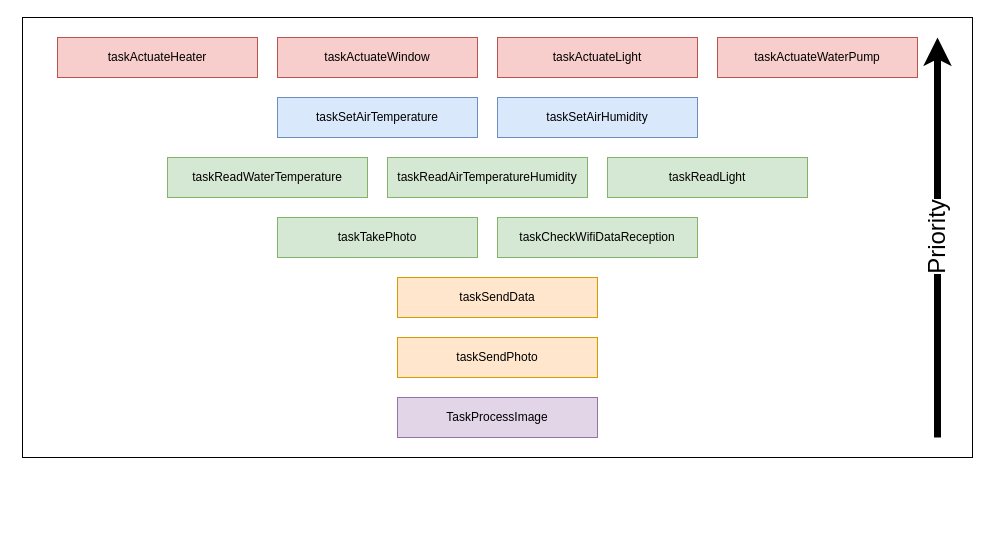
The draw.io diagram Diagrams/taskpriority.drawio in rafaelandrepedro/embebidos2122, before the edit. Source tidied: cells renumbered, new cells numbered last; positions are measured from the earlier drawing's top-left corner, leaving out a move shared by most shapes. Both pictures are drawn from the tidied source at 100%, with x=0, y=0 at pixel (22, 17).
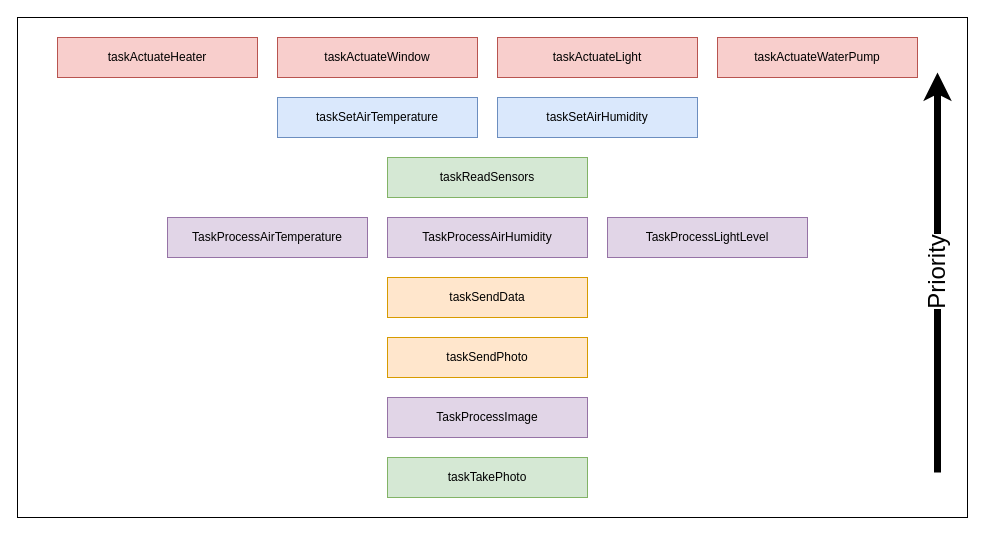
The same page after the edit.

The edit, as a diff of the source:
```diff
@@
 <mxGraphModel>
   <root>
     <mxCell id="0" />
     <mxCell id="1" parent="0" />
-    <mxCell id="2" value="taskReadAirTemperatureHumidity" style="rounded=0;whiteSpace=wrap;html=1;fillColor=#d5e8d4;strokeColor=#82b366;" parent="1" vertex="1">
-      <mxGeometry x="365" y="140" width="200" height="40" as="geometry" />
-    </mxCell>
-    <mxCell id="3" value="taskReadWaterTemperature" style="rounded=0;whiteSpace=wrap;html=1;fillColor=#d5e8d4;strokeColor=#82b366;" parent="1" vertex="1">
-      <mxGeometry x="145" y="140" width="200" height="40" as="geometry" />
+    <mxCell id="3" value="taskReadSensors" style="rounded=0;whiteSpace=wrap;html=1;fillColor=#d5e8d4;strokeColor=#82b366;" parent="1" vertex="1">
+      <mxGeometry x="365" y="140" width="200" height="40" as="geometry" />
     </mxCell>
-    <mxCell id="4" value="taskReadLight" style="rounded=0;whiteSpace=wrap;html=1;fillColor=#d5e8d4;strokeColor=#82b366;" parent="1" vertex="1">
-      <mxGeometry x="585" y="140" width="200" height="40" as="geometry" />
-    </mxCell>
-    <mxCell id="5" value="taskTakePhoto" style="rounded=0;whiteSpace=wrap;html=1;fillColor=#d5e8d4;strokeColor=#82b366;" parent="1" vertex="1">
-      <mxGeometry x="255" y="200" width="200" height="40" as="geometry" />
-    </mxCell>
     <mxCell id="6" value="TaskProcessImage" style="rounded=0;whiteSpace=wrap;html=1;fillColor=#e1d5e7;strokeColor=#9673a6;" parent="1" vertex="1">
-      <mxGeometry x="375" y="380" width="200" height="40" as="geometry" />
+      <mxGeometry x="365" y="380" width="200" height="40" as="geometry" />
     </mxCell>
     <mxCell id="7" value="taskActuateHeater" style="rounded=0;whiteSpace=wrap;html=1;fillColor=#f8cecc;strokeColor=#b85450;" parent="1" vertex="1">
       <mxGeometry x="35" y="20" width="200" height="40" as="geometry" />
     </mxCell>
     <mxCell id="8" value="taskActuateWindow" style="rounded=0;whiteSpace=wrap;html=1;fillColor=#f8cecc;strokeColor=#b85450;" parent="1" vertex="1">
       <mxGeometry x="255" y="20" width="200" height="40" as="geometry" />
     </mxCell>
     <mxCell id="9" value="taskSendData" style="rounded=0;whiteSpace=wrap;html=1;fillColor=#ffe6cc;strokeColor=#d79b00;" parent="1" vertex="1">
-      <mxGeometry x="375" y="260" width="200" height="40" as="geometry" />
+      <mxGeometry x="365" y="260" width="200" height="40" as="geometry" />
     </mxCell>
     <mxCell id="10" value="taskSendPhoto" style="rounded=0;whiteSpace=wrap;html=1;fillColor=#ffe6cc;strokeColor=#d79b00;" parent="1" vertex="1">
-      <mxGeometry x="375" y="320" width="200" height="40" as="geometry" />
+      <mxGeometry x="365" y="320" width="200" height="40" as="geometry" />
     </mxCell>
     <mxCell id="11" value="taskActuateWaterPump" style="rounded=0;whiteSpace=wrap;html=1;fillColor=#f8cecc;strokeColor=#b85450;" parent="1" vertex="1">
       <mxGeometry x="695" y="20" width="200" height="40" as="geometry" />
     </mxCell>
     <mxCell id="12" value="taskActuateLight" style="rounded=0;whiteSpace=wrap;html=1;fillColor=#f8cecc;strokeColor=#b85450;" parent="1" vertex="1">
       <mxGeometry x="475" y="20" width="200" height="40" as="geometry" />
     </mxCell>
-    <mxCell id="13" value="taskCheckWifiDataReception" style="rounded=0;whiteSpace=wrap;html=1;fillColor=#d5e8d4;strokeColor=#82b366;" parent="1" vertex="1">
-      <mxGeometry x="475" y="200" width="200" height="40" as="geometry" />
-    </mxCell>
     <mxCell id="14" value="taskSetAirTemperature" style="rounded=0;whiteSpace=wrap;html=1;fillColor=#dae8fc;strokeColor=#6c8ebf;" parent="1" vertex="1">
       <mxGeometry x="255" y="80" width="200" height="40" as="geometry" />
     </mxCell>
     <mxCell id="15" value="taskSetAirHumidity" style="rounded=0;whiteSpace=wrap;html=1;fillColor=#dae8fc;strokeColor=#6c8ebf;" parent="1" vertex="1">
       <mxGeometry x="475" y="80" width="200" height="40" as="geometry" />
     </mxCell>
     <mxCell id="16" style="rounded=0;whiteSpace=wrap;html=1;fontSize=24;fillColor=none;" parent="1" vertex="1">
-      <mxGeometry width="950" height="440" as="geometry" />
+      <mxGeometry x="-5" width="950" height="500" as="geometry" />
     </mxCell>
     <mxCell id="17" value="Priority" style="endArrow=classic;html=1;rounded=0;horizontal=0;fontSize=24;strokeWidth=7;" parent="1" edge="1">
       <mxGeometry relative="1" as="geometry">
-        <mxPoint x="915" y="420" as="sourcePoint" />
-        <mxPoint x="915" y="20" as="targetPoint" />
+        <mxPoint x="915" y="455" as="sourcePoint" />
+        <mxPoint x="915" y="55" as="targetPoint" />
       </mxGeometry>
     </mxCell>
+    <mxCell id="18" value="TaskProcessAirTemperature" style="rounded=0;whiteSpace=wrap;html=1;fillColor=#e1d5e7;strokeColor=#9673a6;" parent="1" vertex="1">
+      <mxGeometry x="145" y="200" width="200" height="40" as="geometry" />
+    </mxCell>
+    <mxCell id="19" value="TaskProcessAirHumidity" style="rounded=0;whiteSpace=wrap;html=1;fillColor=#e1d5e7;strokeColor=#9673a6;" parent="1" vertex="1">
+      <mxGeometry x="365" y="200" width="200" height="40" as="geometry" />
+    </mxCell>
+    <mxCell id="20" value="TaskProcessLightLevel" style="rounded=0;whiteSpace=wrap;html=1;fillColor=#e1d5e7;strokeColor=#9673a6;" parent="1" vertex="1">
+      <mxGeometry x="585" y="200" width="200" height="40" as="geometry" />
+    </mxCell>
+    <mxCell id="5" value="taskTakePhoto" style="rounded=0;whiteSpace=wrap;html=1;fillColor=#d5e8d4;strokeColor=#82b366;" parent="1" vertex="1">
+      <mxGeometry x="365" y="440" width="200" height="40" as="geometry" />
+    </mxCell>
   </root>
 </mxGraphModel>
```
